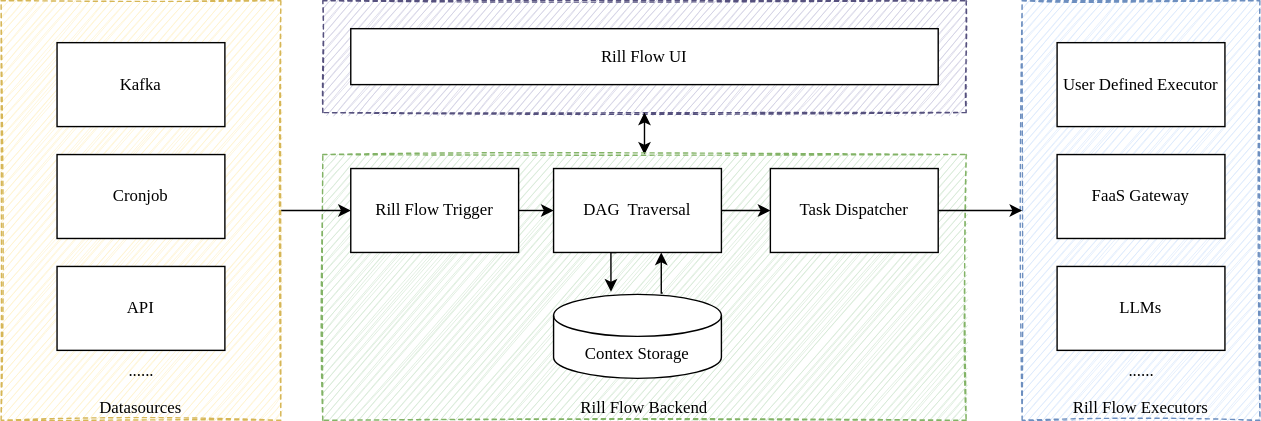
Above: docs/user-guide/assets/flow_arch.svg in rill-flow/rill-flow.github.io (draw.io), before the change. Source tidied: cells renumbered, new cells last; positions are measured from the earlier drawing's top-left corner, leaving out a move shared by most shapes. Its diagram source:
```xml
<mxGraphModel>
  <root>
    <mxCell id="0" />
    <mxCell id="1" parent="0" />
    <mxCell id="2" style="rounded=0;whiteSpace=wrap;html=1;verticalAlign=bottom;dashed=1;fillColor=#d0cee2;sketch=1;strokeColor=#56517e;fontFamily=Lucida Console;" parent="1" vertex="1">
      <mxGeometry x="230" width="460" height="80" as="geometry" />
    </mxCell>
    <mxCell id="3" style="edgeStyle=orthogonalEdgeStyle;rounded=0;jettySize=auto;html=1;exitX=0.5;exitY=0;exitDx=0;exitDy=0;entryX=0.5;entryY=1;entryDx=0;entryDy=0;fillColor=default;startArrow=classic;startFill=1;fontFamily=Lucida Console;" parent="1" edge="1" source="4" target="2">
      <mxGeometry relative="1" as="geometry" />
    </mxCell>
    <mxCell id="4" value="Rill Flow Backend" style="rounded=0;whiteSpace=wrap;html=1;verticalAlign=bottom;dashed=1;fillColor=#d5e8d4;sketch=1;strokeColor=#82b366;fontFamily=Lucida Console;" parent="1" vertex="1">
      <mxGeometry x="230" y="110" width="460" height="190" as="geometry" />
    </mxCell>
    <mxCell id="5" value="Rill Flow Executors" style="rounded=0;whiteSpace=wrap;html=1;fillColor=#dae8fc;shadow=0;dashed=1;sketch=1;verticalAlign=bottom;strokeColor=#6c8ebf;fontFamily=Lucida Console;" parent="1" vertex="1">
      <mxGeometry x="730" width="170" height="300" as="geometry" />
    </mxCell>
    <mxCell id="6" style="edgeStyle=orthogonalEdgeStyle;rounded=0;jettySize=auto;html=1;exitX=1;exitY=0.5;exitDx=0;exitDy=0;fontFamily=Lucida Console;" parent="1" edge="1" source="22">
      <mxGeometry relative="1" as="geometry">
        <mxPoint x="730" y="150" as="targetPoint" />
      </mxGeometry>
    </mxCell>
    <mxCell id="7" style="edgeStyle=orthogonalEdgeStyle;rounded=0;jettySize=auto;html=1;exitX=0.375;exitY=1;exitDx=0;exitDy=0;entryX=0.342;entryY=-0.033;entryDx=0;entryDy=0;entryPerimeter=0;exitPerimeter=0;fontFamily=Lucida Console;" parent="1" edge="1" source="21" target="10">
      <mxGeometry relative="1" as="geometry" />
    </mxCell>
    <mxCell id="8" style="edgeStyle=orthogonalEdgeStyle;rounded=0;jettySize=auto;html=1;exitX=0.65;exitY=-0.017;exitDx=0;exitDy=0;exitPerimeter=0;fontFamily=Lucida Console;" parent="1" edge="1" source="10">
      <mxGeometry relative="1" as="geometry">
        <mxPoint x="472" y="180" as="targetPoint" />
      </mxGeometry>
    </mxCell>
    <mxCell id="9" value="FaaS Gateway" style="rounded=0;whiteSpace=wrap;html=1;fontFamily=Lucida Console;" parent="1" vertex="1">
      <mxGeometry x="755" y="110" width="120" height="60" as="geometry" />
    </mxCell>
    <mxCell id="10" value="Contex Storage" style="shape=cylinder3;whiteSpace=wrap;html=1;boundedLbl=1;backgroundOutline=1;size=15;fontFamily=Lucida Console;" parent="1" vertex="1">
      <mxGeometry x="395" y="210" width="120" height="60" as="geometry" />
    </mxCell>
    <mxCell id="11" value="Rill Flow UI" style="rounded=0;whiteSpace=wrap;html=1;fontFamily=Lucida Console;" parent="1" vertex="1">
      <mxGeometry x="250" y="20" width="420" height="40" as="geometry" />
    </mxCell>
    <mxCell id="12" style="edgeStyle=orthogonalEdgeStyle;rounded=0;jettySize=auto;html=1;exitX=1;exitY=0.5;exitDx=0;exitDy=0;entryX=0;entryY=0.5;entryDx=0;entryDy=0;fontFamily=Lucida Console;" parent="1" edge="1" source="13" target="21">
      <mxGeometry relative="1" as="geometry" />
    </mxCell>
    <mxCell id="13" value="Rill Flow Trigger" style="rounded=0;whiteSpace=wrap;html=1;fontFamily=Lucida Console;" parent="1" vertex="1">
      <mxGeometry x="250" y="120" width="120" height="60" as="geometry" />
    </mxCell>
    <mxCell id="14" style="edgeStyle=orthogonalEdgeStyle;rounded=0;jettySize=auto;html=1;exitX=1;exitY=0.5;exitDx=0;exitDy=0;entryX=0;entryY=0.5;entryDx=0;entryDy=0;fontFamily=Lucida Console;" parent="1" edge="1" source="15" target="13">
      <mxGeometry relative="1" as="geometry" />
    </mxCell>
    <mxCell id="15" value="Datasources" style="rounded=0;whiteSpace=wrap;html=1;dashed=1;fillColor=#fff2cc;sketch=1;verticalAlign=bottom;shadow=0;strokeColor=#d6b656;fontFamily=Lucida Console;" parent="1" vertex="1">
      <mxGeometry width="200" height="300" as="geometry" />
    </mxCell>
    <mxCell id="16" value="Kafka" style="rounded=0;whiteSpace=wrap;html=1;fontFamily=Lucida Console;" parent="1" vertex="1">
      <mxGeometry x="40" y="30" width="120" height="60" as="geometry" />
    </mxCell>
    <mxCell id="17" value="Cronjob" style="rounded=0;whiteSpace=wrap;html=1;fontFamily=Lucida Console;" parent="1" vertex="1">
      <mxGeometry x="40" y="110" width="120" height="60" as="geometry" />
    </mxCell>
    <mxCell id="18" value="API" style="rounded=0;whiteSpace=wrap;html=1;fontFamily=Lucida Console;" parent="1" vertex="1">
      <mxGeometry x="40" y="190" width="120" height="60" as="geometry" />
    </mxCell>
    <mxCell id="19" value="......" style="text;html=1;align=center;verticalAlign=middle;strokeColor=none;fillColor=none;fontFamily=Lucida Console;" parent="1" vertex="1">
      <mxGeometry x="80" y="250" width="40" height="30" as="geometry" />
    </mxCell>
    <mxCell id="20" style="edgeStyle=orthogonalEdgeStyle;rounded=0;jettySize=auto;html=1;exitX=1;exitY=0.5;exitDx=0;exitDy=0;entryX=0;entryY=0.5;entryDx=0;entryDy=0;fontFamily=Lucida Console;" parent="1" edge="1" source="21" target="22">
      <mxGeometry relative="1" as="geometry" />
    </mxCell>
    <mxCell id="21" value="DAG&amp;nbsp; Traversal" style="rounded=0;whiteSpace=wrap;html=1;fontFamily=Lucida Console;" parent="1" vertex="1">
      <mxGeometry x="395" y="120" width="120" height="60" as="geometry" />
    </mxCell>
    <mxCell id="22" value="Task Dispatcher" style="rounded=0;whiteSpace=wrap;html=1;fontFamily=Lucida Console;" parent="1" vertex="1">
      <mxGeometry x="550" y="120" width="120" height="60" as="geometry" />
    </mxCell>
    <mxCell id="23" value="User Defined Executor" style="rounded=0;whiteSpace=wrap;html=1;fontFamily=Lucida Console;" parent="1" vertex="1">
      <mxGeometry x="755" y="30" width="120" height="60" as="geometry" />
    </mxCell>
    <mxCell id="24" value="LLMs" style="rounded=0;whiteSpace=wrap;html=1;fontFamily=Lucida Console;" parent="1" vertex="1">
      <mxGeometry x="755" y="190" width="120" height="60" as="geometry" />
    </mxCell>
    <mxCell id="25" value="......" style="text;html=1;align=center;verticalAlign=middle;strokeColor=none;fillColor=none;fontFamily=Lucida Console;" parent="1" vertex="1">
      <mxGeometry x="795" y="250" width="40" height="30" as="geometry" />
    </mxCell>
  </root>
</mxGraphModel>
```
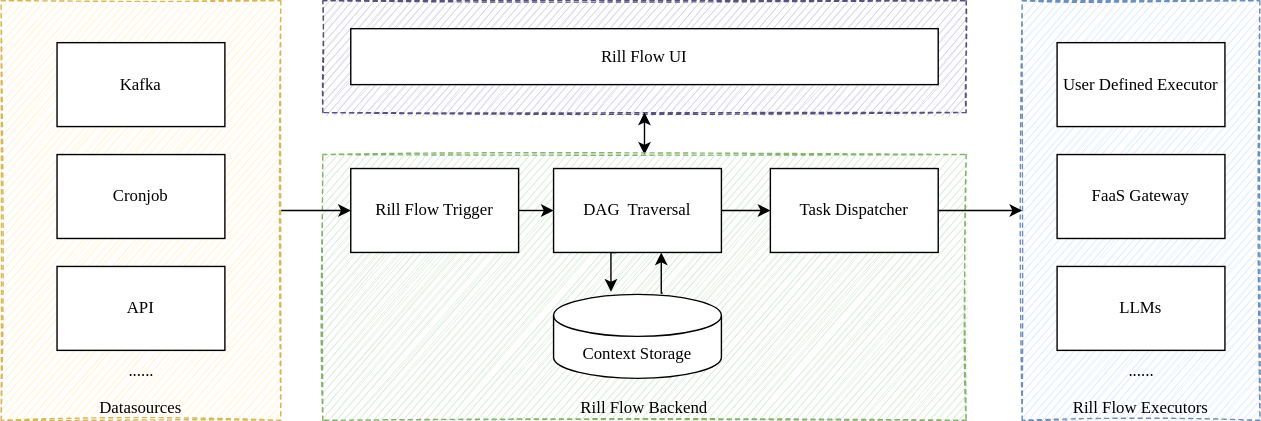
Above is the later version.

Diff of the diagram source:
```diff
@@ -30,7 +30,7 @@
     <mxCell id="9" value="FaaS Gateway" style="rounded=0;whiteSpace=wrap;html=1;fontFamily=Lucida Console;" parent="1" vertex="1">
       <mxGeometry x="755" y="110" width="120" height="60" as="geometry" />
     </mxCell>
-    <mxCell id="10" value="Contex Storage" style="shape=cylinder3;whiteSpace=wrap;html=1;boundedLbl=1;backgroundOutline=1;size=15;fontFamily=Lucida Console;" parent="1" vertex="1">
+    <mxCell id="10" value="Context Storage" style="shape=cylinder3;whiteSpace=wrap;html=1;boundedLbl=1;backgroundOutline=1;size=15;fontFamily=Lucida Console;" parent="1" vertex="1">
       <mxGeometry x="395" y="210" width="120" height="60" as="geometry" />
     </mxCell>
     <mxCell id="11" value="Rill Flow UI" style="rounded=0;whiteSpace=wrap;html=1;fontFamily=Lucida Console;" parent="1" vertex="1">
```
